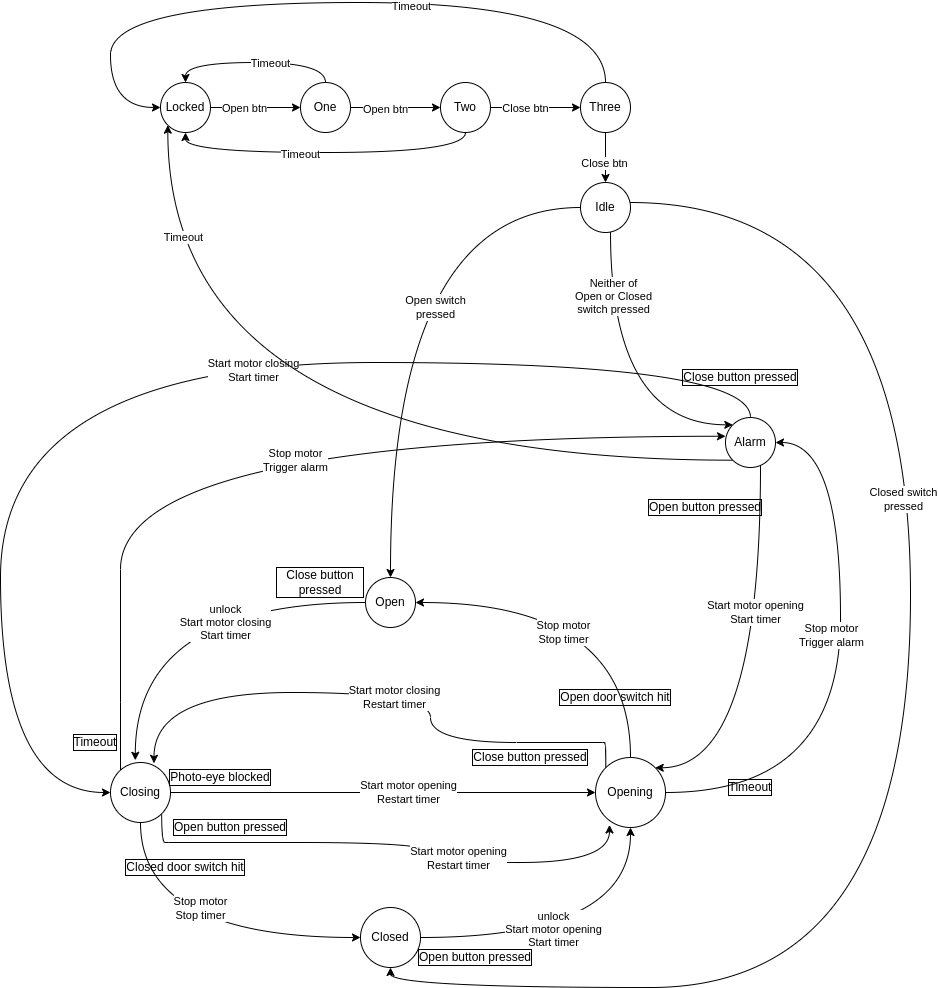
The draw.io diagram AtmelStudio/Drafts/StateMachineGarageDoor/StateMachineGarageDoor/garageDoorStatemachine.drawio.png in xb0be/avr-programming, before a commit. Source tidied: cells renumbered, new cells last; positions are measured from the earlier drawing's top-left corner, leaving out a move shared by most shapes.
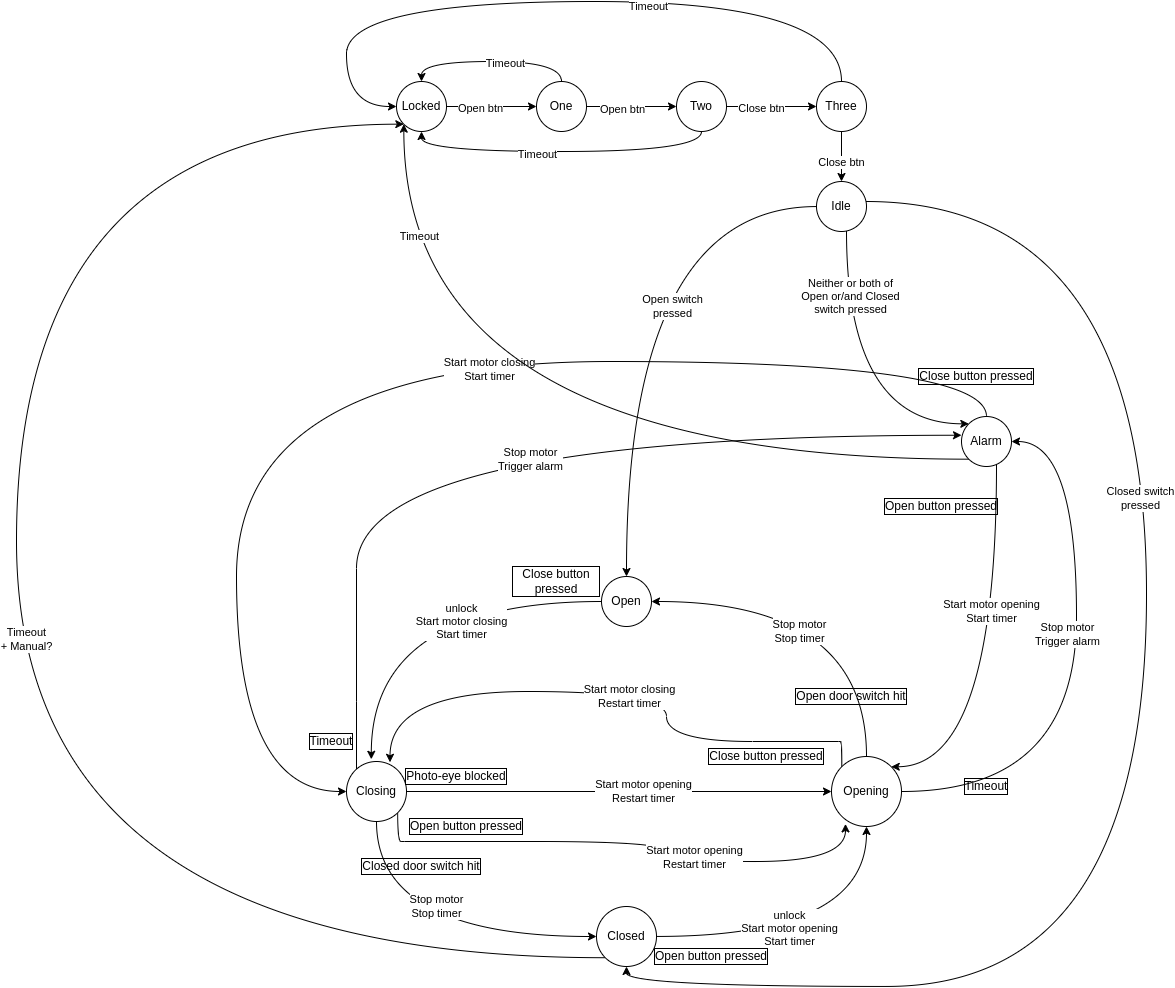
The same file after the commit.

Commit message:
transition from CLOSED to LOCKED added

Diff of the diagram source:
```diff
@@ -68,6 +68,19 @@
         <mxPoint x="-40" y="-20" as="offset" />
       </mxGeometry>
     </mxCell>
+    <mxCell id="68" style="edgeStyle=orthogonalEdgeStyle;curved=1;rounded=0;jettySize=auto;html=1;exitX=0;exitY=1;exitDx=0;exitDy=0;entryX=0;entryY=1;entryDx=0;entryDy=0;" parent="1" edge="1" source="16" target="45">
+      <mxGeometry relative="1" as="geometry">
+        <Array as="points">
+          <mxPoint x="-220" y="956" />
+          <mxPoint x="-220" y="123" />
+        </Array>
+      </mxGeometry>
+    </mxCell>
+    <mxCell id="69" value="Timeout&lt;br&gt;+ Manual?" style="edgeLabel;html=1;align=center;verticalAlign=middle;" parent="68" vertex="1">
+      <mxGeometry y="-9" relative="1" as="geometry">
+        <mxPoint y="1" as="offset" />
+      </mxGeometry>
+    </mxCell>
     <mxCell id="16" value="Closed" style="ellipse;whiteSpace=wrap;html=1;" parent="1" vertex="1">
       <mxGeometry x="360" y="905" width="60" height="60" as="geometry" />
     </mxCell>
@@ -269,7 +282,7 @@
         </Array>
       </mxGeometry>
     </mxCell>
-    <mxCell id="66" value="Neither of&lt;br&gt;Open or Closed&lt;br&gt;switch pressed" style="edgeLabel;html=1;align=center;verticalAlign=middle;" parent="65" vertex="1">
+    <mxCell id="66" value="Neither or both of&lt;br&gt;Open or/and Closed&lt;br&gt;switch pressed" style="edgeLabel;html=1;align=center;verticalAlign=middle;" parent="65" vertex="1">
       <mxGeometry x="-0.59" y="3" relative="1" as="geometry" />
     </mxCell>
     <mxCell id="67" value="Idle" style="ellipse;whiteSpace=wrap;html=1;" parent="1" vertex="1">
```
